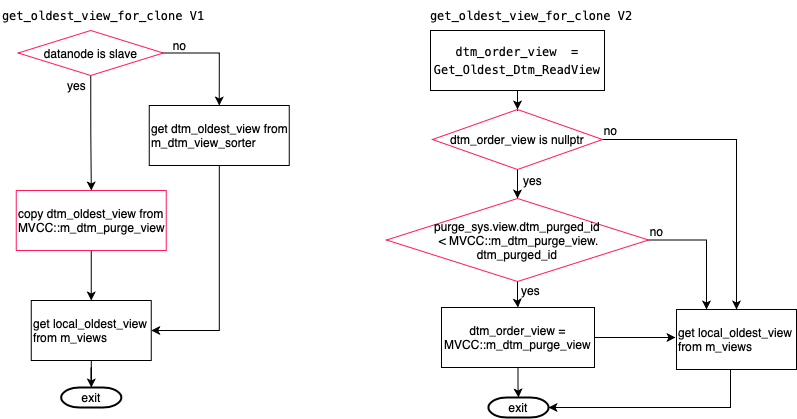
This is Untitled Diagram-get_oldest_view_for_clone.png from xiao1024/picture, a draw.io export, as it was before one commit. Source tidied: cells renumbered, new cells last; positions are measured from the earlier drawing's top-left corner, leaving out a move shared by most shapes. The source it was exported from:
```xml
<mxGraphModel>
  <root>
    <mxCell id="0" />
    <mxCell id="1" parent="0" />
    <mxCell id="2" value="&lt;div style=&quot;font-style: normal ; font-weight: normal ; letter-spacing: normal ; text-indent: 0px ; text-transform: none ; word-spacing: 0px ; text-decoration: none ; font-family: &amp;#34;menlo&amp;#34; , &amp;#34;monaco&amp;#34; , &amp;#34;courier new&amp;#34; , monospace ; font-size: 12px ; line-height: 18px&quot;&gt;&lt;div&gt;get_oldest_view_for_clone V1&lt;/div&gt;&lt;/div&gt;" style="text;whiteSpace=wrap;html=1;" parent="1" vertex="1">
      <mxGeometry width="210" height="30" as="geometry" />
    </mxCell>
    <mxCell id="3" style="edgeStyle=orthogonalEdgeStyle;rounded=0;orthogonalLoop=1;jettySize=auto;html=1;exitX=0.5;exitY=1;exitDx=0;exitDy=0;exitPerimeter=0;fontColor=#000000;" parent="1" edge="1">
      <mxGeometry relative="1" as="geometry">
        <mxPoint x="100.2" y="85" as="sourcePoint" />
        <mxPoint x="100.2" y="85" as="targetPoint" />
      </mxGeometry>
    </mxCell>
    <mxCell id="4" style="edgeStyle=orthogonalEdgeStyle;rounded=0;jettySize=auto;html=1;fontColor=#000000;exitX=0.5;exitY=1;exitDx=0;exitDy=0;" parent="1" edge="1" source="6" target="8">
      <mxGeometry relative="1" as="geometry" />
    </mxCell>
    <mxCell id="5" style="edgeStyle=orthogonalEdgeStyle;rounded=0;jettySize=auto;html=1;fontColor=#000000;" parent="1" edge="1" source="6">
      <mxGeometry relative="1" as="geometry">
        <mxPoint x="218.8" y="105" as="targetPoint" />
      </mxGeometry>
    </mxCell>
    <mxCell id="6" value="datanode is slave" style="rhombus;whiteSpace=wrap;html=1;rounded=0;fontColor=#000000;strokeColor=#FF195E;fillColor=none;align=center;verticalAlign=middle;" parent="1" vertex="1">
      <mxGeometry x="17.8" y="30" width="145" height="45" as="geometry" />
    </mxCell>
    <mxCell id="7" style="edgeStyle=orthogonalEdgeStyle;rounded=0;jettySize=auto;html=1;entryX=0.5;entryY=0;entryDx=0;entryDy=0;fontColor=#000000;" parent="1" edge="1" source="8" target="14">
      <mxGeometry relative="1" as="geometry" />
    </mxCell>
    <mxCell id="8" value="&lt;span&gt;copy dtm_oldest_view from MVCC::m_dtm_purge_view&lt;br&gt;&lt;/span&gt;" style="rounded=0;whiteSpace=wrap;html=1;fontColor=#000000;strokeColor=#FF195E;fillColor=none;align=left;verticalAlign=middle;" parent="1" vertex="1">
      <mxGeometry x="15.8" y="190" width="150" height="60" as="geometry" />
    </mxCell>
    <mxCell id="9" value="yes" style="text;html=1;align=center;verticalAlign=middle;strokeColor=none;fontColor=#000000;" parent="1" vertex="1">
      <mxGeometry x="60.8" y="75" width="30" height="20" as="geometry" />
    </mxCell>
    <mxCell id="10" style="edgeStyle=orthogonalEdgeStyle;rounded=0;jettySize=auto;html=1;entryX=1;entryY=0.5;entryDx=0;entryDy=0;fontColor=#000000;" parent="1" edge="1" source="11" target="14">
      <mxGeometry relative="1" as="geometry" />
    </mxCell>
    <mxCell id="11" value="get dtm_oldest_view from m_dtm_view_sorter" style="rounded=0;whiteSpace=wrap;html=1;fontColor=#000000;fillColor=none;align=left;verticalAlign=middle;" parent="1" vertex="1">
      <mxGeometry x="148.8" y="105" width="140" height="60" as="geometry" />
    </mxCell>
    <mxCell id="12" value="no" style="text;html=1;align=center;verticalAlign=middle;strokeColor=none;fontColor=#000000;" parent="1" vertex="1">
      <mxGeometry x="163.8" y="35" width="30" height="20" as="geometry" />
    </mxCell>
    <mxCell id="13" style="edgeStyle=orthogonalEdgeStyle;rounded=0;jettySize=auto;html=1;fontColor=#000000;" parent="1" edge="1" source="14" target="15">
      <mxGeometry relative="1" as="geometry" />
    </mxCell>
    <mxCell id="14" value="get local_oldest_view from m_views" style="rounded=0;whiteSpace=wrap;html=1;fontColor=#000000;strokeColor=#000000;fillColor=none;align=left;verticalAlign=middle;" parent="1" vertex="1">
      <mxGeometry x="30.8" y="300" width="120" height="60" as="geometry" />
    </mxCell>
    <mxCell id="15" value="exit" style="strokeWidth=2;html=1;shape=mxgraph.flowchart.terminator;whiteSpace=wrap;rounded=0;fontColor=#000000;fillColor=none;align=center;verticalAlign=middle;" parent="1" vertex="1">
      <mxGeometry x="60.8" y="387" width="60" height="20" as="geometry" />
    </mxCell>
    <mxCell id="16" value="&lt;div style=&quot;font-style: normal ; font-weight: normal ; letter-spacing: normal ; text-indent: 0px ; text-transform: none ; word-spacing: 0px ; text-decoration: none ; font-family: &amp;#34;menlo&amp;#34; , &amp;#34;monaco&amp;#34; , &amp;#34;courier new&amp;#34; , monospace ; font-size: 12px ; line-height: 18px&quot;&gt;&lt;div&gt;get_oldest_view_for_clone V2&lt;/div&gt;&lt;/div&gt;" style="text;whiteSpace=wrap;html=1;" parent="1" vertex="1">
      <mxGeometry x="428" width="210" height="30" as="geometry" />
    </mxCell>
    <mxCell id="17" style="edgeStyle=orthogonalEdgeStyle;rounded=0;jettySize=auto;html=1;" parent="1" edge="1" source="18" target="21">
      <mxGeometry relative="1" as="geometry" />
    </mxCell>
    <mxCell id="18" value="&lt;div style=&quot;font-family: &amp;#34;menlo&amp;#34; , &amp;#34;monaco&amp;#34; , &amp;#34;courier new&amp;#34; , monospace ; line-height: 18px&quot;&gt;dtm_order_view &amp;nbsp;= Get_Oldest_Dtm_ReadView&lt;/div&gt;" style="rounded=0;whiteSpace=wrap;html=1;" parent="1" vertex="1">
      <mxGeometry x="430" y="30" width="174" height="60" as="geometry" />
    </mxCell>
    <mxCell id="19" style="edgeStyle=orthogonalEdgeStyle;rounded=0;jettySize=auto;html=1;entryX=0.5;entryY=0;entryDx=0;entryDy=0;" parent="1" edge="1" source="21" target="32">
      <mxGeometry relative="1" as="geometry" />
    </mxCell>
    <mxCell id="20" style="edgeStyle=orthogonalEdgeStyle;rounded=0;jettySize=auto;html=1;" parent="1" edge="1" source="21" target="25">
      <mxGeometry relative="1" as="geometry" />
    </mxCell>
    <mxCell id="21" value="dtm_order_view is nullptr" style="rhombus;whiteSpace=wrap;html=1;rounded=0;fontColor=#000000;strokeColor=#FF195E;fillColor=none;align=center;verticalAlign=middle;" parent="1" vertex="1">
      <mxGeometry x="432" y="109" width="170" height="60" as="geometry" />
    </mxCell>
    <mxCell id="22" value="no" style="text;html=1;align=center;verticalAlign=middle;strokeColor=none;" parent="1" vertex="1">
      <mxGeometry x="595" y="120" width="30" height="20" as="geometry" />
    </mxCell>
    <mxCell id="23" style="edgeStyle=orthogonalEdgeStyle;rounded=0;jettySize=auto;html=1;" parent="1" edge="1" source="25" target="29">
      <mxGeometry relative="1" as="geometry" />
    </mxCell>
    <mxCell id="24" style="edgeStyle=orthogonalEdgeStyle;rounded=0;jettySize=auto;html=1;entryX=0.25;entryY=0;entryDx=0;entryDy=0;" parent="1" edge="1" source="25" target="32">
      <mxGeometry relative="1" as="geometry" />
    </mxCell>
    <mxCell id="25" value="purge_sys.view.dtm_purged_id&lt;br&gt;&amp;nbsp;&amp;lt;&amp;nbsp;&lt;span style=&quot;text-align: left&quot;&gt;MVCC::m_dtm_purge_view.&lt;br&gt;dtm_purged_id&lt;/span&gt;" style="rhombus;whiteSpace=wrap;html=1;rounded=0;fontColor=#000000;strokeColor=#FF195E;fillColor=none;align=center;verticalAlign=middle;" parent="1" vertex="1">
      <mxGeometry x="386" y="198" width="262" height="83" as="geometry" />
    </mxCell>
    <mxCell id="26" value="yes" style="text;html=1;align=center;verticalAlign=middle;strokeColor=none;" parent="1" vertex="1">
      <mxGeometry x="517" y="170" width="30" height="20" as="geometry" />
    </mxCell>
    <mxCell id="27" style="edgeStyle=orthogonalEdgeStyle;rounded=0;jettySize=auto;html=1;" parent="1" edge="1" source="29">
      <mxGeometry relative="1" as="geometry">
        <mxPoint x="675" y="337" as="targetPoint" />
        <Array as="points">
          <mxPoint x="670" y="337" />
        </Array>
      </mxGeometry>
    </mxCell>
    <mxCell id="28" style="edgeStyle=orthogonalEdgeStyle;rounded=0;jettySize=auto;html=1;entryX=0.5;entryY=0;entryDx=0;entryDy=0;entryPerimeter=0;" parent="1" edge="1" source="29" target="34">
      <mxGeometry relative="1" as="geometry" />
    </mxCell>
    <mxCell id="29" value="dtm_order_view = MVCC::m_dtm_purge_view" style="rounded=0;whiteSpace=wrap;html=1;" parent="1" vertex="1">
      <mxGeometry x="441" y="307" width="153" height="60" as="geometry" />
    </mxCell>
    <mxCell id="30" value="yes" style="text;html=1;align=center;verticalAlign=middle;strokeColor=none;" parent="1" vertex="1">
      <mxGeometry x="515" y="280" width="30" height="20" as="geometry" />
    </mxCell>
    <mxCell id="31" style="edgeStyle=orthogonalEdgeStyle;rounded=0;jettySize=auto;html=1;entryX=1;entryY=0.5;entryDx=0;entryDy=0;entryPerimeter=0;" parent="1" edge="1" source="32" target="34">
      <mxGeometry relative="1" as="geometry">
        <Array as="points">
          <mxPoint x="730" y="407" />
        </Array>
      </mxGeometry>
    </mxCell>
    <mxCell id="32" value="get local_oldest_view from m_views" style="rounded=0;whiteSpace=wrap;html=1;fontColor=#000000;strokeColor=#000000;fillColor=none;align=left;verticalAlign=middle;" parent="1" vertex="1">
      <mxGeometry x="676" y="309" width="120" height="60" as="geometry" />
    </mxCell>
    <mxCell id="33" value="no" style="text;html=1;align=center;verticalAlign=middle;points=[];strokeColor=none;" parent="1" vertex="1">
      <mxGeometry x="641" y="221" width="30" height="20" as="geometry" />
    </mxCell>
    <mxCell id="34" value="exit" style="strokeWidth=2;html=1;shape=mxgraph.flowchart.terminator;whiteSpace=wrap;rounded=0;fontColor=#000000;fillColor=none;align=center;verticalAlign=middle;" parent="1" vertex="1">
      <mxGeometry x="488" y="397" width="60" height="20" as="geometry" />
    </mxCell>
  </root>
</mxGraphModel>
```
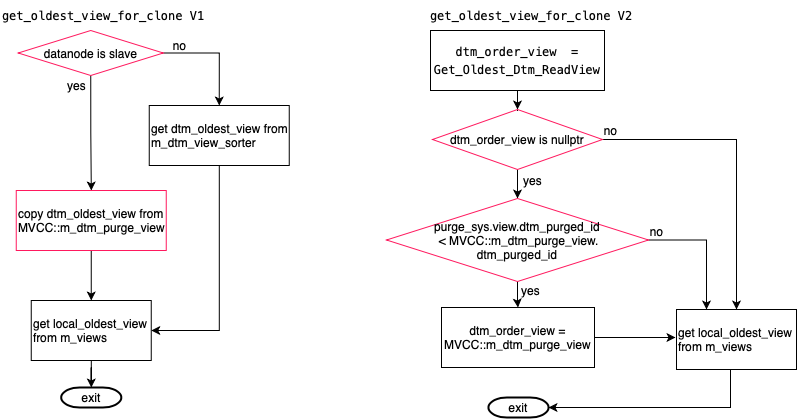
The same diagram one commit later.

Diff of the diagram source:
```diff
@@ -58,7 +58,7 @@
     <mxCell id="18" value="&lt;div style=&quot;font-family: &amp;#34;menlo&amp;#34; , &amp;#34;monaco&amp;#34; , &amp;#34;courier new&amp;#34; , monospace ; line-height: 18px&quot;&gt;dtm_order_view &amp;nbsp;= Get_Oldest_Dtm_ReadView&lt;/div&gt;" style="rounded=0;whiteSpace=wrap;html=1;" parent="1" vertex="1">
       <mxGeometry x="430" y="30" width="174" height="60" as="geometry" />
     </mxCell>
-    <mxCell id="19" style="edgeStyle=orthogonalEdgeStyle;rounded=0;jettySize=auto;html=1;entryX=0.5;entryY=0;entryDx=0;entryDy=0;" parent="1" edge="1" source="21" target="32">
+    <mxCell id="19" style="edgeStyle=orthogonalEdgeStyle;rounded=0;jettySize=auto;html=1;entryX=0.5;entryY=0;entryDx=0;entryDy=0;" parent="1" edge="1" source="21" target="31">
       <mxGeometry relative="1" as="geometry" />
     </mxCell>
     <mxCell id="20" style="edgeStyle=orthogonalEdgeStyle;rounded=0;jettySize=auto;html=1;" parent="1" edge="1" source="21" target="25">
@@ -70,10 +70,10 @@
     <mxCell id="22" value="no" style="text;html=1;align=center;verticalAlign=middle;strokeColor=none;" parent="1" vertex="1">
       <mxGeometry x="595" y="120" width="30" height="20" as="geometry" />
     </mxCell>
-    <mxCell id="23" style="edgeStyle=orthogonalEdgeStyle;rounded=0;jettySize=auto;html=1;" parent="1" edge="1" source="25" target="29">
+    <mxCell id="23" style="edgeStyle=orthogonalEdgeStyle;rounded=0;jettySize=auto;html=1;" parent="1" edge="1" source="25" target="28">
       <mxGeometry relative="1" as="geometry" />
     </mxCell>
-    <mxCell id="24" style="edgeStyle=orthogonalEdgeStyle;rounded=0;jettySize=auto;html=1;entryX=0.25;entryY=0;entryDx=0;entryDy=0;" parent="1" edge="1" source="25" target="32">
+    <mxCell id="24" style="edgeStyle=orthogonalEdgeStyle;rounded=0;jettySize=auto;html=1;entryX=0.25;entryY=0;entryDx=0;entryDy=0;" parent="1" edge="1" source="25" target="31">
       <mxGeometry relative="1" as="geometry" />
     </mxCell>
     <mxCell id="25" value="purge_sys.view.dtm_purged_id&lt;br&gt;&amp;nbsp;&amp;lt;&amp;nbsp;&lt;span style=&quot;text-align: left&quot;&gt;MVCC::m_dtm_purge_view.&lt;br&gt;dtm_purged_id&lt;/span&gt;" style="rhombus;whiteSpace=wrap;html=1;rounded=0;fontColor=#000000;strokeColor=#FF195E;fillColor=none;align=center;verticalAlign=middle;" parent="1" vertex="1">
@@ -82,7 +82,7 @@
     <mxCell id="26" value="yes" style="text;html=1;align=center;verticalAlign=middle;strokeColor=none;" parent="1" vertex="1">
       <mxGeometry x="517" y="170" width="30" height="20" as="geometry" />
     </mxCell>
-    <mxCell id="27" style="edgeStyle=orthogonalEdgeStyle;rounded=0;jettySize=auto;html=1;" parent="1" edge="1" source="29">
+    <mxCell id="27" style="edgeStyle=orthogonalEdgeStyle;rounded=0;jettySize=auto;html=1;" parent="1" edge="1" source="28">
       <mxGeometry relative="1" as="geometry">
         <mxPoint x="675" y="337" as="targetPoint" />
         <Array as="points">
@@ -90,30 +90,27 @@
         </Array>
       </mxGeometry>
     </mxCell>
-    <mxCell id="28" style="edgeStyle=orthogonalEdgeStyle;rounded=0;jettySize=auto;html=1;entryX=0.5;entryY=0;entryDx=0;entryDy=0;entryPerimeter=0;" parent="1" edge="1" source="29" target="34">
-      <mxGeometry relative="1" as="geometry" />
+    <mxCell id="28" value="dtm_order_view = MVCC::m_dtm_purge_view" style="rounded=0;whiteSpace=wrap;html=1;" parent="1" vertex="1">
+      <mxGeometry x="441" y="307" width="153" height="60" as="geometry" />
     </mxCell>
-    <mxCell id="29" value="dtm_order_view = MVCC::m_dtm_purge_view" style="rounded=0;whiteSpace=wrap;html=1;" parent="1" vertex="1">
-      <mxGeometry x="441" y="307" width="153" height="60" as="geometry" />
+    <mxCell id="29" value="yes" style="text;html=1;align=center;verticalAlign=middle;points=[];strokeColor=none;" parent="1" vertex="1">
+      <mxGeometry x="515" y="280" width="30" height="20" as="geometry" />
     </mxCell>
-    <mxCell id="30" value="yes" style="text;html=1;align=center;verticalAlign=middle;strokeColor=none;" parent="1" vertex="1">
-      <mxGeometry x="515" y="280" width="30" height="20" as="geometry" />
+    <mxCell id="30" style="edgeStyle=orthogonalEdgeStyle;rounded=0;jettySize=auto;html=1;entryX=1;entryY=0.5;entryDx=0;entryDy=0;entryPerimeter=0;" parent="1" edge="1" source="31" target="33">
+      <mxGeometry relative="1" as="geometry">
+        <Array as="points">
+          <mxPoint x="730" y="407" />
+        </Array>
+      </mxGeometry>
     </mxCell>
-    <mxCell id="31" style="edgeStyle=orthogonalEdgeStyle;rounded=0;jettySize=auto;html=1;entryX=1;entryY=0.5;entryDx=0;entryDy=0;entryPerimeter=0;" parent="1" edge="1" source="32" target="34">
-      <mxGeometry relative="1" as="geometry">
-        <Array as="points">
-          <mxPoint x="730" y="407" />
-        </Array>
-      </mxGeometry>
+    <mxCell id="31" value="get local_oldest_view from m_views" style="rounded=0;whiteSpace=wrap;html=1;fontColor=#000000;strokeColor=#000000;fillColor=none;align=left;verticalAlign=middle;" parent="1" vertex="1">
+      <mxGeometry x="676" y="309" width="120" height="60" as="geometry" />
     </mxCell>
-    <mxCell id="32" value="get local_oldest_view from m_views" style="rounded=0;whiteSpace=wrap;html=1;fontColor=#000000;strokeColor=#000000;fillColor=none;align=left;verticalAlign=middle;" parent="1" vertex="1">
-      <mxGeometry x="676" y="309" width="120" height="60" as="geometry" />
+    <mxCell id="32" value="no" style="text;html=1;align=center;verticalAlign=middle;points=[];strokeColor=none;" parent="1" vertex="1">
+      <mxGeometry x="641" y="221" width="30" height="20" as="geometry" />
     </mxCell>
-    <mxCell id="33" value="no" style="text;html=1;align=center;verticalAlign=middle;points=[];strokeColor=none;" parent="1" vertex="1">
-      <mxGeometry x="641" y="221" width="30" height="20" as="geometry" />
+    <mxCell id="33" value="exit" style="strokeWidth=2;html=1;shape=mxgraph.flowchart.terminator;whiteSpace=wrap;rounded=0;fontColor=#000000;fillColor=none;align=center;verticalAlign=middle;" parent="1" vertex="1">
+      <mxGeometry x="488" y="397" width="60" height="20" as="geometry" />
     </mxCell>
-    <mxCell id="34" value="exit" style="strokeWidth=2;html=1;shape=mxgraph.flowchart.terminator;whiteSpace=wrap;rounded=0;fontColor=#000000;fillColor=none;align=center;verticalAlign=middle;" parent="1" vertex="1">
-      <mxGeometry x="488" y="397" width="60" height="20" as="geometry" />
-    </mxCell>
   </root>
 </mxGraphModel>
```
